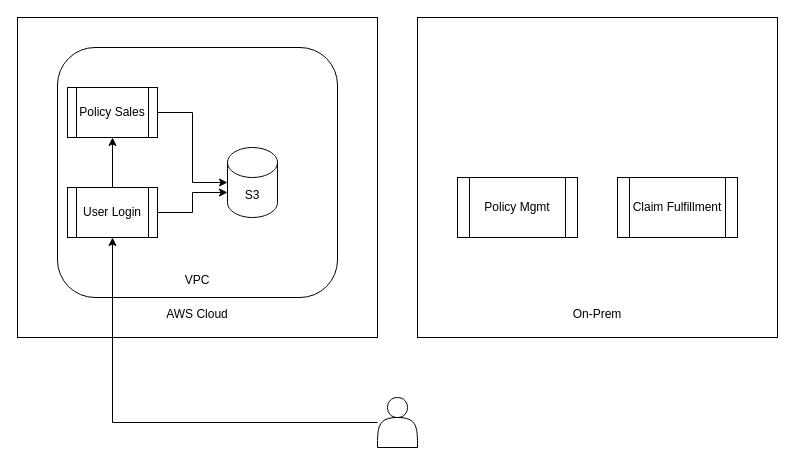
vrunda87/hello-world keeps this draw.io diagram as Untitled Diagram.drawio. Above is the earlier version. Source tidied: cells renumbered, new cells numbered last; positions are measured from the earlier drawing's top-left corner, leaving out a move shared by most shapes. Both pictures are drawn from the tidied source at 100%, with x=0, y=0 at pixel (17, 17).
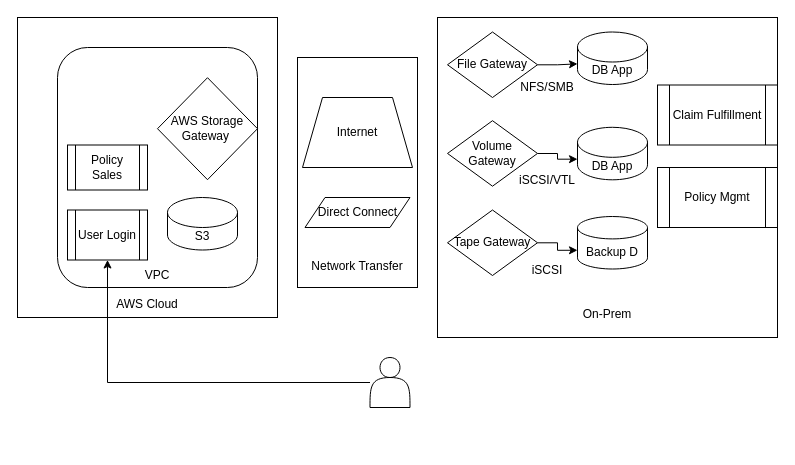
The same diagram, later.

Diff of the diagram source:
```diff
@@
     <mxCell id="2" value="&lt;br&gt;&lt;br&gt;&lt;br&gt;&lt;br&gt;&lt;br&gt;&lt;br&gt;&lt;br&gt;&lt;br&gt;&lt;br&gt;&lt;br&gt;&lt;br&gt;&lt;br&gt;&lt;br&gt;&lt;br&gt;&lt;br&gt;&lt;br&gt;&lt;br&gt;&lt;br&gt;&lt;br&gt;AWS Cloud" style="rounded=0;whiteSpace=wrap;html=1;" parent="1" vertex="1">
-      <mxGeometry width="360" height="320" as="geometry" />
+      <mxGeometry width="260" height="300" as="geometry" />
     </mxCell>
     <mxCell id="3" value="&lt;br&gt;&lt;br&gt;&lt;br&gt;&lt;br&gt;&lt;br&gt;&lt;br&gt;&lt;br&gt;&lt;br&gt;&lt;br&gt;&lt;br&gt;&lt;br&gt;&lt;br&gt;&lt;br&gt;&lt;br&gt;&lt;br&gt;VPC" style="rounded=1;whiteSpace=wrap;html=1;" parent="1" vertex="1">
-      <mxGeometry x="40" y="30" width="280" height="250" as="geometry" />
+      <mxGeometry x="40" y="30" width="200" height="240" as="geometry" />
     </mxCell>
     <mxCell id="4" value="&lt;br&gt;&lt;br&gt;&lt;br&gt;&lt;br&gt;&lt;br&gt;&lt;br&gt;&lt;br&gt;&lt;br&gt;&lt;br&gt;&lt;br&gt;&lt;br&gt;&lt;br&gt;&lt;br&gt;&lt;br&gt;&lt;br&gt;&lt;br&gt;&lt;br&gt;&lt;br&gt;&lt;br&gt;On-Prem" style="rounded=0;whiteSpace=wrap;html=1;" parent="1" vertex="1">
-      <mxGeometry x="400" width="360" height="320" as="geometry" />
+      <mxGeometry x="420" width="340" height="320" as="geometry" />
     </mxCell>
     <mxCell id="5" value="Policy Mgmt" style="shape=process;whiteSpace=wrap;html=1;backgroundOutline=1;" parent="1" vertex="1">
-      <mxGeometry x="440" y="160" width="120" height="60" as="geometry" />
+      <mxGeometry x="640" y="150" width="120" height="60" as="geometry" />
     </mxCell>
     <mxCell id="6" value="Claim Fulfillment" style="shape=process;whiteSpace=wrap;html=1;backgroundOutline=1;" parent="1" vertex="1">
-      <mxGeometry x="600" y="160" width="120" height="60" as="geometry" />
+      <mxGeometry x="640" y="67.5" width="120" height="60" as="geometry" />
     </mxCell>
-    <mxCell id="7" style="edgeStyle=orthogonalEdgeStyle;rounded=0;jettySize=auto;html=1;entryX=0;entryY=0.5;entryDx=0;entryDy=0;entryPerimeter=0;" parent="1" edge="1" source="8" target="14">
-      <mxGeometry relative="1" as="geometry" />
-    </mxCell>
     <mxCell id="8" value="Policy Sales" style="shape=process;whiteSpace=wrap;html=1;backgroundOutline=1;" parent="1" vertex="1">
-      <mxGeometry x="50" y="70" width="90" height="50" as="geometry" />
+      <mxGeometry x="50" y="127.5" width="80" height="45" as="geometry" />
     </mxCell>
-    <mxCell id="9" style="edgeStyle=orthogonalEdgeStyle;rounded=0;jettySize=auto;html=1;entryX=0.5;entryY=1;entryDx=0;entryDy=0;" parent="1" edge="1" source="11" target="8">
-      <mxGeometry relative="1" as="geometry" />
-    </mxCell>
-    <mxCell id="10" style="edgeStyle=orthogonalEdgeStyle;rounded=0;jettySize=auto;html=1;entryX=0;entryY=0;entryDx=0;entryDy=45;entryPerimeter=0;" parent="1" edge="1" source="11" target="14">
-      <mxGeometry relative="1" as="geometry" />
-    </mxCell>
     <mxCell id="11" value="User Login" style="shape=process;whiteSpace=wrap;html=1;backgroundOutline=1;" parent="1" vertex="1">
-      <mxGeometry x="50" y="170" width="90" height="50" as="geometry" />
+      <mxGeometry x="50" y="192.5" width="80" height="50" as="geometry" />
     </mxCell>
@@
     <mxCell id="13" style="shape=actor;whiteSpace=wrap;html=1;" parent="1" vertex="1">
-      <mxGeometry x="360" y="380" width="40" height="50" as="geometry" />
+      <mxGeometry x="352.5" y="340" width="40" height="50" as="geometry" />
     </mxCell>
     <mxCell id="14" value="S3" style="shape=cylinder3;whiteSpace=wrap;html=1;boundedLbl=1;backgroundOutline=1;size=15;" parent="1" vertex="1">
-      <mxGeometry x="210" y="130" width="50" height="70" as="geometry" />
+      <mxGeometry x="150" y="180" width="70" height="52.5" as="geometry" />
     </mxCell>
+    <mxCell id="15" value="&lt;br&gt;&lt;br&gt;&lt;br&gt;&lt;br&gt;&lt;br&gt;&lt;br&gt;&lt;br&gt;&lt;br&gt;&lt;br&gt;&lt;br&gt;&lt;br&gt;&lt;br&gt;&lt;br&gt;Network Transfer" style="rounded=0;whiteSpace=wrap;html=1;" parent="1" vertex="1">
+      <mxGeometry x="280" y="40" width="120" height="230" as="geometry" />
+    </mxCell>
+    <mxCell id="16" value="Direct Connect" style="shape=parallelogram;perimeter=parallelogramPerimeter;whiteSpace=wrap;html=1;fixedSize=1;" parent="1" vertex="1">
+      <mxGeometry x="287.5" y="180" width="105" height="30" as="geometry" />
+    </mxCell>
+    <mxCell id="17" value="Internet" style="shape=trapezoid;perimeter=trapezoidPerimeter;whiteSpace=wrap;html=1;fixedSize=1;" parent="1" vertex="1">
+      <mxGeometry x="285" y="80" width="110" height="70" as="geometry" />
+    </mxCell>
+    <mxCell id="18" value="AWS Storage Gateway&amp;nbsp;" style="rhombus;whiteSpace=wrap;html=1;" parent="1" vertex="1">
+      <mxGeometry x="140" y="60.2" width="100" height="102" as="geometry" />
+    </mxCell>
+    <mxCell id="19" style="edgeStyle=orthogonalEdgeStyle;rounded=0;jettySize=auto;html=1;entryX=0;entryY=0;entryDx=0;entryDy=31.875;entryPerimeter=0;" parent="1" edge="1" source="20" target="23">
+      <mxGeometry relative="1" as="geometry" />
+    </mxCell>
+    <mxCell id="20" value="File Gateway" style="rhombus;whiteSpace=wrap;html=1;" parent="1" vertex="1">
+      <mxGeometry x="430" y="14.5" width="90" height="65.5" as="geometry" />
+    </mxCell>
+    <mxCell id="21" style="edgeStyle=orthogonalEdgeStyle;rounded=0;jettySize=auto;html=1;entryX=0;entryY=0;entryDx=0;entryDy=31.875;entryPerimeter=0;" parent="1" edge="1" source="22" target="24">
+      <mxGeometry relative="1" as="geometry" />
+    </mxCell>
+    <mxCell id="22" value="Volume Gateway" style="rhombus;whiteSpace=wrap;html=1;" parent="1" vertex="1">
+      <mxGeometry x="430" y="103.2" width="90" height="65.5" as="geometry" />
+    </mxCell>
+    <mxCell id="23" value="DB App" style="shape=cylinder3;whiteSpace=wrap;html=1;boundedLbl=1;backgroundOutline=1;size=15;" parent="1" vertex="1">
+      <mxGeometry x="560" y="14.5" width="70" height="52.5" as="geometry" />
+    </mxCell>
+    <mxCell id="24" value="DB App" style="shape=cylinder3;whiteSpace=wrap;html=1;boundedLbl=1;backgroundOutline=1;size=15;" parent="1" vertex="1">
+      <mxGeometry x="560" y="109.8" width="70" height="52.5" as="geometry" />
+    </mxCell>
+    <mxCell id="25" value="Backup D" style="shape=cylinder3;whiteSpace=wrap;html=1;boundedLbl=1;backgroundOutline=1;size=11.200042724609375;" parent="1" vertex="1">
+      <mxGeometry x="560" y="199" width="70" height="52.5" as="geometry" />
+    </mxCell>
+    <mxCell id="26" style="edgeStyle=orthogonalEdgeStyle;rounded=0;jettySize=auto;html=1;entryX=0;entryY=0;entryDx=0;entryDy=33.77497863769531;entryPerimeter=0;" parent="1" edge="1" source="27" target="25">
+      <mxGeometry relative="1" as="geometry" />
+    </mxCell>
+    <mxCell id="27" value="Tape Gateway" style="rhombus;whiteSpace=wrap;html=1;" parent="1" vertex="1">
+      <mxGeometry x="430" y="192.5" width="90" height="65.5" as="geometry" />
+    </mxCell>
+    <mxCell id="28" value="NFS/SMB" style="text;html=1;strokeColor=none;fillColor=none;align=center;verticalAlign=middle;whiteSpace=wrap;overflow=hidden;" parent="1" vertex="1">
+      <mxGeometry x="480" y="60" width="100" height="20" as="geometry" />
+    </mxCell>
+    <mxCell id="29" value="iSCSI/VTL" style="text;html=1;strokeColor=none;fillColor=none;align=center;verticalAlign=middle;whiteSpace=wrap;overflow=hidden;" parent="1" vertex="1">
+      <mxGeometry x="480" y="152.5" width="100" height="20" as="geometry" />
+    </mxCell>
+    <mxCell id="30" value="iSCSI" style="text;html=1;strokeColor=none;fillColor=none;align=center;verticalAlign=middle;whiteSpace=wrap;overflow=hidden;" parent="1" vertex="1">
+      <mxGeometry x="480" y="242.5" width="100" height="20" as="geometry" />
+    </mxCell>
```
